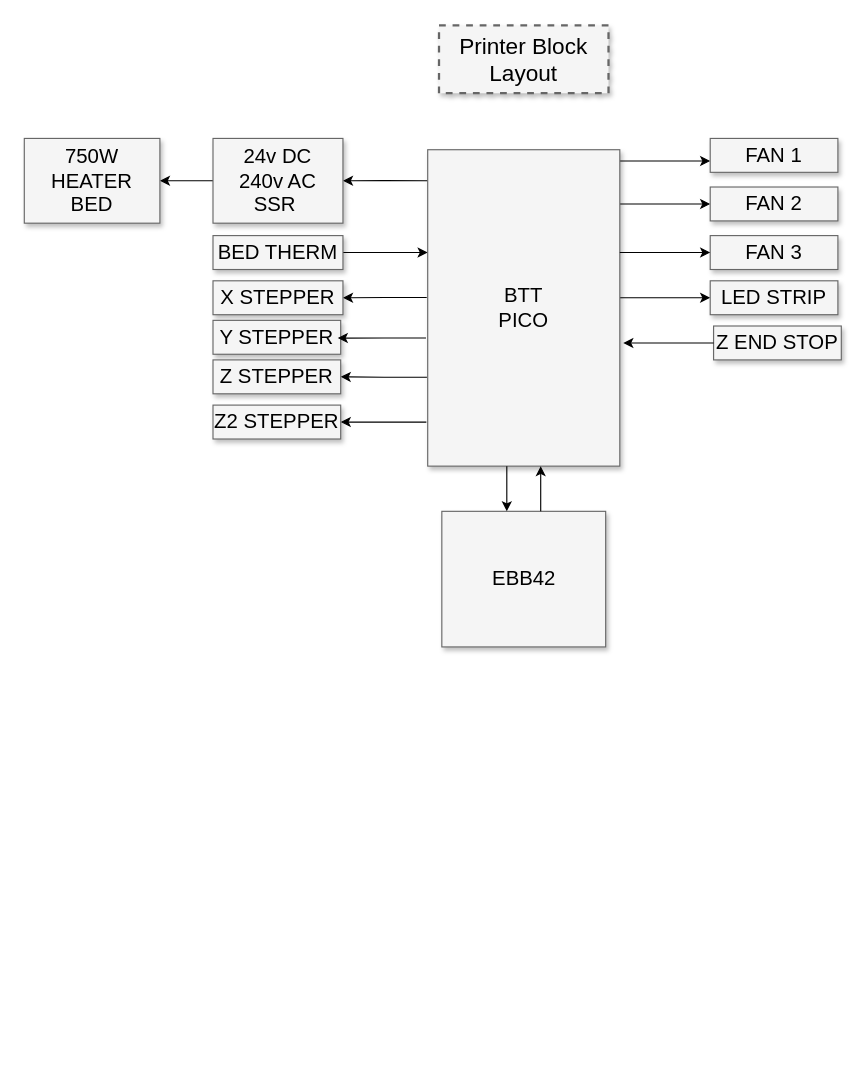
Earlier version of the draw.io diagram Untitled Diagram.drawio (nasticmc/SH-CR10). Source tidied: cells renumbered, new cells numbered last; positions are measured from the earlier drawing's top-left corner, leaving out a move shared by most shapes. Both pictures are drawn from the tidied source at 113%, with x=0, y=0 at pixel (24, 25).
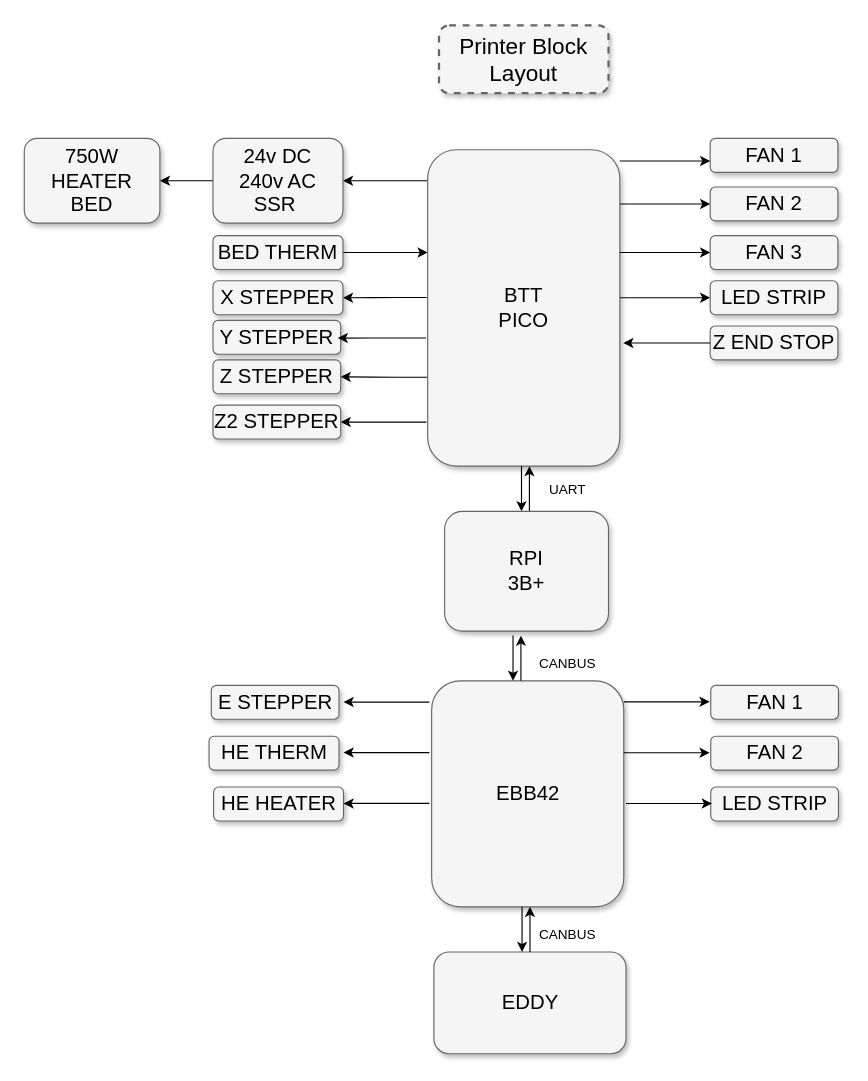
Above is the later version.

Change to the diagram source:
```diff
@@
-    <mxCell id="2" value="Printer Block&lt;div&gt;Layout&lt;/div&gt;" style="whiteSpace=wrap;html=1;shadow=1;fontSize=20;fillColor=#f5f5f5;strokeColor=#666666;strokeWidth=2;dashed=1;" parent="1" vertex="1">
+    <mxCell id="2" value="Printer Block&lt;div&gt;Layout&lt;/div&gt;" style="whiteSpace=wrap;html=1;shadow=1;fontSize=20;fillColor=#f5f5f5;strokeColor=#666666;strokeWidth=2;dashed=1;rounded=1;" parent="1" vertex="1">
       <mxGeometry x="367" width="150" height="60" as="geometry" />
     </mxCell>
-    <mxCell id="3" style="edgeStyle=elbowEdgeStyle;rounded=0;html=1;startArrow=none;startFill=0;jettySize=auto;fontSize=18;elbow=vertical;" parent="1" edge="1" source="11" target="12">
+    <mxCell id="3" style="edgeStyle=elbowEdgeStyle;rounded=1;html=1;startArrow=none;startFill=0;jettySize=auto;fontSize=18;elbow=vertical;" parent="1" edge="1" source="11" target="12">
       <mxGeometry relative="1" as="geometry" />
     </mxCell>
-    <mxCell id="4" style="edgeStyle=elbowEdgeStyle;rounded=0;html=1;startArrow=none;startFill=0;jettySize=auto;fontSize=18;elbow=vertical;" parent="1" edge="1" source="11" target="13">
+    <mxCell id="4" style="edgeStyle=elbowEdgeStyle;rounded=1;html=1;startArrow=none;startFill=0;jettySize=auto;fontSize=18;elbow=vertical;" parent="1" edge="1" source="11" target="13">
       <mxGeometry relative="1" as="geometry" />
     </mxCell>
-    <mxCell id="5" style="edgeStyle=elbowEdgeStyle;rounded=0;html=1;startArrow=classic;startFill=1;jettySize=auto;fontSize=18;elbow=vertical;endArrow=none;endFill=0;" parent="1" edge="1" source="11" target="14">
+    <mxCell id="5" style="edgeStyle=elbowEdgeStyle;rounded=1;html=1;startArrow=classic;startFill=1;jettySize=auto;fontSize=18;elbow=vertical;endArrow=none;endFill=0;" parent="1" edge="1" source="11" target="14">
       <mxGeometry relative="1" as="geometry" />
     </mxCell>
-    <mxCell id="6" style="edgeStyle=elbowEdgeStyle;rounded=0;html=1;startArrow=none;startFill=0;jettySize=auto;fontSize=18;elbow=vertical;" parent="1" edge="1" source="11" target="15">
+    <mxCell id="6" style="edgeStyle=elbowEdgeStyle;rounded=1;html=1;startArrow=none;startFill=0;jettySize=auto;fontSize=18;elbow=vertical;" parent="1" edge="1" source="11" target="15">
       <mxGeometry relative="1" as="geometry" />
     </mxCell>
-    <mxCell id="7" style="edgeStyle=orthogonalEdgeStyle;rounded=0;jettySize=auto;html=1;exitX=0;exitY=0.098;exitDx=0;exitDy=0;entryX=1;entryY=0.5;entryDx=0;entryDy=0;exitPerimeter=0;" parent="1" edge="1" source="11" target="17">
+    <mxCell id="7" style="edgeStyle=orthogonalEdgeStyle;rounded=1;jettySize=auto;html=1;exitX=0;exitY=0.098;exitDx=0;exitDy=0;entryX=1;entryY=0.5;entryDx=0;entryDy=0;exitPerimeter=0;" parent="1" edge="1" source="11" target="17">
       <mxGeometry relative="1" as="geometry" />
     </mxCell>
-    <mxCell id="8" style="edgeStyle=orthogonalEdgeStyle;rounded=0;jettySize=auto;html=1;exitX=-0.005;exitY=0.467;exitDx=0;exitDy=0;entryX=1;entryY=0.5;entryDx=0;entryDy=0;exitPerimeter=0;" parent="1" edge="1" source="11" target="26">
+    <mxCell id="8" style="edgeStyle=orthogonalEdgeStyle;rounded=1;jettySize=auto;html=1;exitX=-0.005;exitY=0.467;exitDx=0;exitDy=0;entryX=1;entryY=0.5;entryDx=0;entryDy=0;exitPerimeter=0;" parent="1" edge="1" source="11" target="26">
       <mxGeometry relative="1" as="geometry" />
     </mxCell>
-    <mxCell id="9" style="edgeStyle=orthogonalEdgeStyle;rounded=0;jettySize=auto;html=1;entryX=1;entryY=0.5;entryDx=0;entryDy=0;exitX=-0.004;exitY=0.719;exitDx=0;exitDy=0;exitPerimeter=0;" parent="1" edge="1" source="11" target="28">
+    <mxCell id="9" style="edgeStyle=orthogonalEdgeStyle;rounded=1;jettySize=auto;html=1;entryX=1;entryY=0.5;entryDx=0;entryDy=0;exitX=-0.004;exitY=0.719;exitDx=0;exitDy=0;exitPerimeter=0;" parent="1" edge="1" source="11" target="28">
       <mxGeometry relative="1" as="geometry" />
     </mxCell>
-    <mxCell id="10" style="edgeStyle=orthogonalEdgeStyle;rounded=0;jettySize=auto;html=1;entryX=1;entryY=0.5;entryDx=0;entryDy=0;exitX=-0.007;exitY=0.861;exitDx=0;exitDy=0;exitPerimeter=0;" parent="1" edge="1" source="11" target="29">
+    <mxCell id="10" style="edgeStyle=orthogonalEdgeStyle;rounded=1;jettySize=auto;html=1;entryX=1;entryY=0.5;entryDx=0;entryDy=0;exitX=-0.007;exitY=0.861;exitDx=0;exitDy=0;exitPerimeter=0;" parent="1" edge="1" source="11" target="29">
       <mxGeometry relative="1" as="geometry" />
     </mxCell>
-    <mxCell id="11" value="BTT&lt;div&gt;PICO&lt;/div&gt;" style="whiteSpace=wrap;html=1;shadow=1;fontSize=18;fillColor=#f5f5f5;strokeColor=#666666;" parent="1" vertex="1">
+    <mxCell id="11" value="BTT&lt;div&gt;PICO&lt;/div&gt;" style="whiteSpace=wrap;html=1;shadow=1;fontSize=18;fillColor=#f5f5f5;strokeColor=#666666;rounded=1;" parent="1" vertex="1">
       <mxGeometry x="357" y="110" width="170" height="280" as="geometry" />
     </mxCell>
-    <mxCell id="12" value="FAN 1" style="whiteSpace=wrap;html=1;shadow=1;fontSize=18;fillColor=#f5f5f5;strokeColor=#666666;rotation=0;" parent="1" vertex="1">
+    <mxCell id="12" value="FAN 1" style="whiteSpace=wrap;html=1;shadow=1;fontSize=18;fillColor=#f5f5f5;strokeColor=#666666;rotation=0;rounded=1;" parent="1" vertex="1">
       <mxGeometry x="607" y="100" width="113" height="30" as="geometry" />
     </mxCell>
-    <mxCell id="13" value="FAN 2" style="whiteSpace=wrap;html=1;shadow=1;fontSize=18;fillColor=#f5f5f5;strokeColor=#666666;" parent="1" vertex="1">
+    <mxCell id="13" value="FAN 2" style="whiteSpace=wrap;html=1;shadow=1;fontSize=18;fillColor=#f5f5f5;strokeColor=#666666;rounded=1;" parent="1" vertex="1">
       <mxGeometry x="607" y="143" width="113" height="30" as="geometry" />
     </mxCell>
-    <mxCell id="14" value="BED THERM" style="whiteSpace=wrap;html=1;shadow=1;fontSize=18;fillColor=#f5f5f5;strokeColor=#666666;rotation=0;" parent="1" vertex="1">
+    <mxCell id="14" value="BED THERM" style="whiteSpace=wrap;html=1;shadow=1;fontSize=18;fillColor=#f5f5f5;strokeColor=#666666;rotation=0;rounded=1;" parent="1" vertex="1">
       <mxGeometry x="167" y="186" width="115" height="30" as="geometry" />
     </mxCell>
-    <mxCell id="15" value="LED STRIP" style="whiteSpace=wrap;html=1;shadow=1;fontSize=18;fillColor=#f5f5f5;strokeColor=#666666;rotation=0;" parent="1" vertex="1">
+    <mxCell id="15" value="LED STRIP" style="whiteSpace=wrap;html=1;shadow=1;fontSize=18;fillColor=#f5f5f5;strokeColor=#666666;rotation=0;rounded=1;" parent="1" vertex="1">
       <mxGeometry x="607" y="226" width="113" height="30" as="geometry" />
     </mxCell>
-    <mxCell id="16" style="edgeStyle=orthogonalEdgeStyle;rounded=0;jettySize=auto;html=1;" parent="1" edge="1" source="17" target="18">
+    <mxCell id="16" style="edgeStyle=orthogonalEdgeStyle;rounded=1;jettySize=auto;html=1;" parent="1" edge="1" source="17" target="18">
       <mxGeometry relative="1" as="geometry" />
     </mxCell>
-    <mxCell id="17" value="24v DC&lt;div&gt;240v AC&lt;div&gt;SSR&amp;nbsp;&lt;/div&gt;&lt;/div&gt;" style="whiteSpace=wrap;html=1;shadow=1;fontSize=18;fillColor=#f5f5f5;strokeColor=#666666;rotation=0;" parent="1" vertex="1">
+    <mxCell id="17" value="24v DC&lt;div&gt;240v AC&lt;div&gt;SSR&amp;nbsp;&lt;/div&gt;&lt;/div&gt;" style="whiteSpace=wrap;html=1;shadow=1;fontSize=18;fillColor=#f5f5f5;strokeColor=#666666;rotation=0;rounded=1;" parent="1" vertex="1">
       <mxGeometry x="167" y="100" width="115" height="75" as="geometry" />
     </mxCell>
-    <mxCell id="18" value="&lt;div&gt;750W&lt;/div&gt;&lt;div&gt;HEATER&lt;/div&gt;&lt;div&gt;BED&lt;/div&gt;" style="whiteSpace=wrap;html=1;shadow=1;fontSize=18;fillColor=#f5f5f5;strokeColor=#666666;rotation=0;" parent="1" vertex="1">
+    <mxCell id="18" value="&lt;div&gt;750W&lt;/div&gt;&lt;div&gt;HEATER&lt;/div&gt;&lt;div&gt;BED&lt;/div&gt;" style="whiteSpace=wrap;html=1;shadow=1;fontSize=18;fillColor=#f5f5f5;strokeColor=#666666;rotation=0;rounded=1;" parent="1" vertex="1">
       <mxGeometry y="100" width="120" height="75" as="geometry" />
     </mxCell>
-    <mxCell id="19" value="EBB42" style="whiteSpace=wrap;html=1;shadow=1;fontSize=18;fillColor=#f5f5f5;strokeColor=#666666;" parent="1" vertex="1">
-      <mxGeometry x="369.5" y="430" width="145" height="120" as="geometry" />
+    <mxCell id="19" value="EBB42" style="whiteSpace=wrap;html=1;shadow=1;fontSize=18;fillColor=#f5f5f5;strokeColor=#666666;rounded=1;" parent="1" vertex="1">
+      <mxGeometry x="360.5" y="580" width="170" height="200" as="geometry" />
     </mxCell>
-    <mxCell id="20" style="edgeStyle=elbowEdgeStyle;rounded=0;html=1;startArrow=none;startFill=0;jettySize=auto;orthogonalLoop=1;fontSize=18;" parent="1" edge="1">
+    <mxCell id="20" style="edgeStyle=elbowEdgeStyle;rounded=1;html=1;startArrow=none;startFill=0;jettySize=auto;orthogonalLoop=1;fontSize=18;" parent="1" edge="1">
       <mxGeometry relative="1" as="geometry">
-        <mxPoint x="457" y="430" as="sourcePoint" />
-        <mxPoint x="457" y="390" as="targetPoint" />
+        <mxPoint x="447" y="430" as="sourcePoint" />
+        <mxPoint x="447" y="390" as="targetPoint" />
         <Array as="points">
-          <mxPoint x="457" y="410" />
-          <mxPoint x="457" y="410" />
+          <mxPoint x="447" y="410" />
+          <mxPoint x="447" y="410" />
         </Array>
       </mxGeometry>
     </mxCell>
-    <mxCell id="21" style="edgeStyle=elbowEdgeStyle;rounded=0;html=1;startArrow=none;startFill=0;jettySize=auto;orthogonalLoop=1;fontSize=18;" parent="1" edge="1">
+    <mxCell id="21" style="edgeStyle=elbowEdgeStyle;rounded=1;html=1;startArrow=none;startFill=0;jettySize=auto;orthogonalLoop=1;fontSize=18;" parent="1" edge="1">
       <mxGeometry relative="1" as="geometry">
-        <mxPoint x="427" y="390" as="sourcePoint" />
-        <mxPoint x="427" y="430" as="targetPoint" />
+        <mxPoint x="440" y="390" as="sourcePoint" />
+        <mxPoint x="440" y="430" as="targetPoint" />
         <Array as="points">
-          <mxPoint x="427" y="410" />
-          <mxPoint x="457" y="420" />
+          <mxPoint x="440" y="410" />
+          <mxPoint x="470" y="420" />
         </Array>
       </mxGeometry>
     </mxCell>
-    <mxCell id="22" value="FAN 3" style="whiteSpace=wrap;html=1;shadow=1;fontSize=18;fillColor=#f5f5f5;strokeColor=#666666;" parent="1" vertex="1">
+    <mxCell id="22" value="FAN 3" style="whiteSpace=wrap;html=1;shadow=1;fontSize=18;fillColor=#f5f5f5;strokeColor=#666666;rounded=1;" parent="1" vertex="1">
       <mxGeometry x="607" y="186" width="113" height="30" as="geometry" />
     </mxCell>
-    <mxCell id="23" style="edgeStyle=elbowEdgeStyle;rounded=0;html=1;startArrow=none;startFill=0;jettySize=auto;orthogonalLoop=1;fontSize=18;elbow=vertical;" parent="1" edge="1">
+    <mxCell id="23" style="edgeStyle=elbowEdgeStyle;rounded=1;html=1;startArrow=none;startFill=0;jettySize=auto;orthogonalLoop=1;fontSize=18;elbow=vertical;" parent="1" edge="1">
       <mxGeometry relative="1" as="geometry">
         <mxPoint x="527" y="200.9" as="sourcePoint" />
         <mxPoint x="607" y="200.9" as="targetPoint" />
       </mxGeometry>
     </mxCell>
-    <mxCell id="24" value="Z END STOP" style="whiteSpace=wrap;html=1;shadow=1;fontSize=18;fillColor=#f5f5f5;strokeColor=#666666;rotation=0;" parent="1" vertex="1">
-      <mxGeometry x="610" y="266" width="113" height="30" as="geometry" />
+    <mxCell id="24" value="Z END STOP" style="whiteSpace=wrap;html=1;shadow=1;fontSize=18;fillColor=#f5f5f5;strokeColor=#666666;rotation=0;rounded=1;" parent="1" vertex="1">
+      <mxGeometry x="607" y="266" width="113" height="30" as="geometry" />
     </mxCell>
-    <mxCell id="25" style="edgeStyle=orthogonalEdgeStyle;rounded=0;jettySize=auto;html=1;entryX=1.018;entryY=0.611;entryDx=0;entryDy=0;entryPerimeter=0;" parent="1" edge="1" source="24" target="11">
+    <mxCell id="25" style="edgeStyle=orthogonalEdgeStyle;rounded=1;jettySize=auto;html=1;entryX=1.018;entryY=0.611;entryDx=0;entryDy=0;entryPerimeter=0;" parent="1" edge="1" source="24" target="11">
       <mxGeometry relative="1" as="geometry" />
     </mxCell>
-    <mxCell id="26" value="X STEPPER" style="whiteSpace=wrap;html=1;shadow=1;fontSize=18;fillColor=#f5f5f5;strokeColor=#666666;rotation=0;" parent="1" vertex="1">
+    <mxCell id="26" value="X STEPPER" style="whiteSpace=wrap;html=1;shadow=1;fontSize=18;fillColor=#f5f5f5;strokeColor=#666666;rotation=0;rounded=1;" parent="1" vertex="1">
       <mxGeometry x="167" y="226" width="115" height="30" as="geometry" />
     </mxCell>
-    <mxCell id="27" value="Y STEPPER" style="whiteSpace=wrap;html=1;shadow=1;fontSize=18;fillColor=#f5f5f5;strokeColor=#666666;rotation=0;" parent="1" vertex="1">
+    <mxCell id="27" value="Y STEPPER" style="whiteSpace=wrap;html=1;shadow=1;fontSize=18;fillColor=#f5f5f5;strokeColor=#666666;rotation=0;rounded=1;" parent="1" vertex="1">
       <mxGeometry x="167" y="261" width="113" height="30" as="geometry" />
     </mxCell>
-    <mxCell id="28" value="Z STEPPER" style="whiteSpace=wrap;html=1;shadow=1;fontSize=18;fillColor=#f5f5f5;strokeColor=#666666;rotation=0;" parent="1" vertex="1">
+    <mxCell id="28" value="Z STEPPER" style="whiteSpace=wrap;html=1;shadow=1;fontSize=18;fillColor=#f5f5f5;strokeColor=#666666;rotation=0;rounded=1;" parent="1" vertex="1">
       <mxGeometry x="167" y="296" width="113" height="30" as="geometry" />
     </mxCell>
-    <mxCell id="29" value="Z2 STEPPER" style="whiteSpace=wrap;html=1;shadow=1;fontSize=18;fillColor=#f5f5f5;strokeColor=#666666;rotation=0;" parent="1" vertex="1">
+    <mxCell id="29" value="Z2 STEPPER" style="whiteSpace=wrap;html=1;shadow=1;fontSize=18;fillColor=#f5f5f5;strokeColor=#666666;rotation=0;rounded=1;" parent="1" vertex="1">
       <mxGeometry x="167" y="336" width="113" height="30" as="geometry" />
     </mxCell>
-    <mxCell id="30" style="edgeStyle=orthogonalEdgeStyle;rounded=0;jettySize=auto;html=1;entryX=0.977;entryY=0.523;entryDx=0;entryDy=0;entryPerimeter=0;exitX=-0.009;exitY=0.595;exitDx=0;exitDy=0;exitPerimeter=0;" parent="1" edge="1" source="11" target="27">
+    <mxCell id="30" style="edgeStyle=orthogonalEdgeStyle;rounded=1;jettySize=auto;html=1;entryX=0.977;entryY=0.523;entryDx=0;entryDy=0;entryPerimeter=0;exitX=-0.009;exitY=0.595;exitDx=0;exitDy=0;exitPerimeter=0;" parent="1" edge="1" source="11" target="27">
       <mxGeometry relative="1" as="geometry" />
     </mxCell>
+    <mxCell id="31" value="RPI&lt;div&gt;3B+&lt;/div&gt;" style="whiteSpace=wrap;html=1;shadow=1;fontSize=18;fillColor=#f5f5f5;strokeColor=#666666;rounded=1;" parent="1" vertex="1">
+      <mxGeometry x="372" y="430" width="145" height="106" as="geometry" />
+    </mxCell>
+    <mxCell id="32" value="UART" style="text;html=1;align=center;verticalAlign=middle;whiteSpace=wrap;rounded=1;" parent="1" vertex="1">
+      <mxGeometry x="450.5" y="396" width="60" height="30" as="geometry" />
+    </mxCell>
+    <mxCell id="33" value="CANBUS" style="text;html=1;align=center;verticalAlign=middle;whiteSpace=wrap;rounded=1;" parent="1" vertex="1">
+      <mxGeometry x="450.5" y="550" width="60" height="30" as="geometry" />
+    </mxCell>
+    <mxCell id="34" value="E STEPPER" style="whiteSpace=wrap;html=1;shadow=1;fontSize=18;fillColor=#f5f5f5;strokeColor=#666666;rotation=0;rounded=1;" parent="1" vertex="1">
+      <mxGeometry x="165.5" y="584" width="113" height="30" as="geometry" />
+    </mxCell>
+    <mxCell id="35" value="FAN 1" style="whiteSpace=wrap;html=1;shadow=1;fontSize=18;fillColor=#f5f5f5;strokeColor=#666666;rotation=0;rounded=1;" parent="1" vertex="1">
+      <mxGeometry x="607.5" y="584" width="113" height="30" as="geometry" />
+    </mxCell>
+    <mxCell id="36" value="FAN 2" style="whiteSpace=wrap;html=1;shadow=1;fontSize=18;fillColor=#f5f5f5;strokeColor=#666666;rounded=1;" parent="1" vertex="1">
+      <mxGeometry x="607.5" y="629" width="113" height="30" as="geometry" />
+    </mxCell>
+    <mxCell id="37" value="LED STRIP" style="whiteSpace=wrap;html=1;shadow=1;fontSize=18;fillColor=#f5f5f5;strokeColor=#666666;rotation=0;rounded=1;" parent="1" vertex="1">
+      <mxGeometry x="607.5" y="674" width="113" height="30" as="geometry" />
+    </mxCell>
+    <mxCell id="38" value="HE THERM" style="whiteSpace=wrap;html=1;shadow=1;fontSize=18;fillColor=#f5f5f5;strokeColor=#666666;rotation=0;rounded=1;" parent="1" vertex="1">
+      <mxGeometry x="163.5" y="629" width="115" height="30" as="geometry" />
+    </mxCell>
+    <mxCell id="39" value="HE HEATER" style="whiteSpace=wrap;html=1;shadow=1;fontSize=18;fillColor=#f5f5f5;strokeColor=#666666;rotation=0;rounded=1;" parent="1" vertex="1">
+      <mxGeometry x="167.5" y="674" width="115" height="30" as="geometry" />
+    </mxCell>
+    <mxCell id="40" style="edgeStyle=orthogonalEdgeStyle;rounded=1;orthogonalLoop=1;jettySize=auto;html=1;entryX=1;entryY=0.5;entryDx=0;entryDy=0;exitX=-0.007;exitY=0.861;exitDx=0;exitDy=0;exitPerimeter=0;" parent="1" edge="1">
+      <mxGeometry relative="1" as="geometry">
+        <mxPoint x="358.5" y="598.8" as="sourcePoint" />
+        <mxPoint x="282.5" y="598.8" as="targetPoint" />
+      </mxGeometry>
+    </mxCell>
+    <mxCell id="41" style="edgeStyle=orthogonalEdgeStyle;rounded=1;orthogonalLoop=1;jettySize=auto;html=1;entryX=1;entryY=0.5;entryDx=0;entryDy=0;exitX=-0.007;exitY=0.861;exitDx=0;exitDy=0;exitPerimeter=0;" parent="1" edge="1">
+      <mxGeometry relative="1" as="geometry">
+        <mxPoint x="358.5" y="643.5" as="sourcePoint" />
+        <mxPoint x="282.5" y="643.5" as="targetPoint" />
+      </mxGeometry>
+    </mxCell>
+    <mxCell id="42" style="edgeStyle=orthogonalEdgeStyle;rounded=1;orthogonalLoop=1;jettySize=auto;html=1;entryX=1;entryY=0.5;entryDx=0;entryDy=0;exitX=-0.007;exitY=0.861;exitDx=0;exitDy=0;exitPerimeter=0;" parent="1" edge="1">
+      <mxGeometry relative="1" as="geometry">
+        <mxPoint x="358.5" y="688.5" as="sourcePoint" />
+        <mxPoint x="282.5" y="688.5" as="targetPoint" />
+      </mxGeometry>
+    </mxCell>
+    <mxCell id="43" value="EDDY" style="whiteSpace=wrap;html=1;shadow=1;fontSize=18;fillColor=#f5f5f5;strokeColor=#666666;rounded=1;" parent="1" vertex="1">
+      <mxGeometry x="362.5" y="820" width="170" height="90" as="geometry" />
+    </mxCell>
+    <mxCell id="44" value="CANBUS" style="text;html=1;align=center;verticalAlign=middle;whiteSpace=wrap;rounded=1;" parent="1" vertex="1">
+      <mxGeometry x="450.5" y="790" width="60" height="30" as="geometry" />
+    </mxCell>
+    <mxCell id="45" style="edgeStyle=elbowEdgeStyle;rounded=1;html=1;startArrow=none;startFill=0;jettySize=auto;orthogonalLoop=1;fontSize=18;" parent="1" edge="1">
+      <mxGeometry relative="1" as="geometry">
+        <mxPoint x="440.5" y="780" as="sourcePoint" />
+        <mxPoint x="440.5" y="820" as="targetPoint" />
+        <Array as="points">
+          <mxPoint x="440.5" y="800" />
+          <mxPoint x="470.5" y="810" />
+        </Array>
+      </mxGeometry>
+    </mxCell>
+    <mxCell id="46" style="edgeStyle=elbowEdgeStyle;rounded=1;html=1;startArrow=classic;startFill=1;jettySize=auto;orthogonalLoop=1;fontSize=18;endArrow=none;endFill=0;" parent="1" edge="1">
+      <mxGeometry relative="1" as="geometry">
+        <mxPoint x="447.5" y="780" as="sourcePoint" />
+        <mxPoint x="447.5" y="820" as="targetPoint" />
+        <Array as="points">
+          <mxPoint x="447.5" y="800" />
+          <mxPoint x="477.5" y="810" />
+        </Array>
+      </mxGeometry>
+    </mxCell>
+    <mxCell id="47" style="edgeStyle=orthogonalEdgeStyle;rounded=1;orthogonalLoop=1;jettySize=auto;html=1;entryX=1;entryY=0.5;entryDx=0;entryDy=0;exitX=-0.007;exitY=0.861;exitDx=0;exitDy=0;exitPerimeter=0;startArrow=classic;startFill=1;endArrow=none;endFill=0;" parent="1" edge="1">
+      <mxGeometry relative="1" as="geometry">
+        <mxPoint x="606.5" y="598.6" as="sourcePoint" />
+        <mxPoint x="530.5" y="598.6" as="targetPoint" />
+      </mxGeometry>
+    </mxCell>
+    <mxCell id="48" style="edgeStyle=orthogonalEdgeStyle;rounded=1;orthogonalLoop=1;jettySize=auto;html=1;entryX=1;entryY=0.5;entryDx=0;entryDy=0;exitX=-0.007;exitY=0.861;exitDx=0;exitDy=0;exitPerimeter=0;startArrow=classic;startFill=1;endArrow=none;endFill=0;" parent="1" edge="1">
+      <mxGeometry relative="1" as="geometry">
+        <mxPoint x="606.5" y="643.6" as="sourcePoint" />
+        <mxPoint x="530.5" y="643.6" as="targetPoint" />
+      </mxGeometry>
+    </mxCell>
+    <mxCell id="49" style="edgeStyle=orthogonalEdgeStyle;rounded=1;orthogonalLoop=1;jettySize=auto;html=1;entryX=1;entryY=0.5;entryDx=0;entryDy=0;exitX=-0.007;exitY=0.861;exitDx=0;exitDy=0;exitPerimeter=0;startArrow=classic;startFill=1;endArrow=none;endFill=0;" parent="1" edge="1">
+      <mxGeometry relative="1" as="geometry">
+        <mxPoint x="608.5" y="688.6" as="sourcePoint" />
+        <mxPoint x="532.5" y="688.6" as="targetPoint" />
+      </mxGeometry>
+    </mxCell>
+    <mxCell id="50" style="edgeStyle=elbowEdgeStyle;rounded=1;html=1;startArrow=none;startFill=0;jettySize=auto;orthogonalLoop=1;fontSize=18;" parent="1" edge="1">
+      <mxGeometry relative="1" as="geometry">
+        <mxPoint x="439.5" y="580" as="sourcePoint" />
+        <mxPoint x="439.5" y="540" as="targetPoint" />
+        <Array as="points">
+          <mxPoint x="439.5" y="560" />
+          <mxPoint x="439.5" y="560" />
+        </Array>
+      </mxGeometry>
+    </mxCell>
+    <mxCell id="51" style="edgeStyle=elbowEdgeStyle;rounded=1;html=1;startArrow=none;startFill=0;jettySize=auto;orthogonalLoop=1;fontSize=18;" parent="1" edge="1">
+      <mxGeometry relative="1" as="geometry">
+        <mxPoint x="432.5" y="540" as="sourcePoint" />
+        <mxPoint x="432.5" y="580" as="targetPoint" />
+        <Array as="points">
+          <mxPoint x="432.5" y="560" />
+          <mxPoint x="462.5" y="570" />
+        </Array>
+      </mxGeometry>
+    </mxCell>
```
